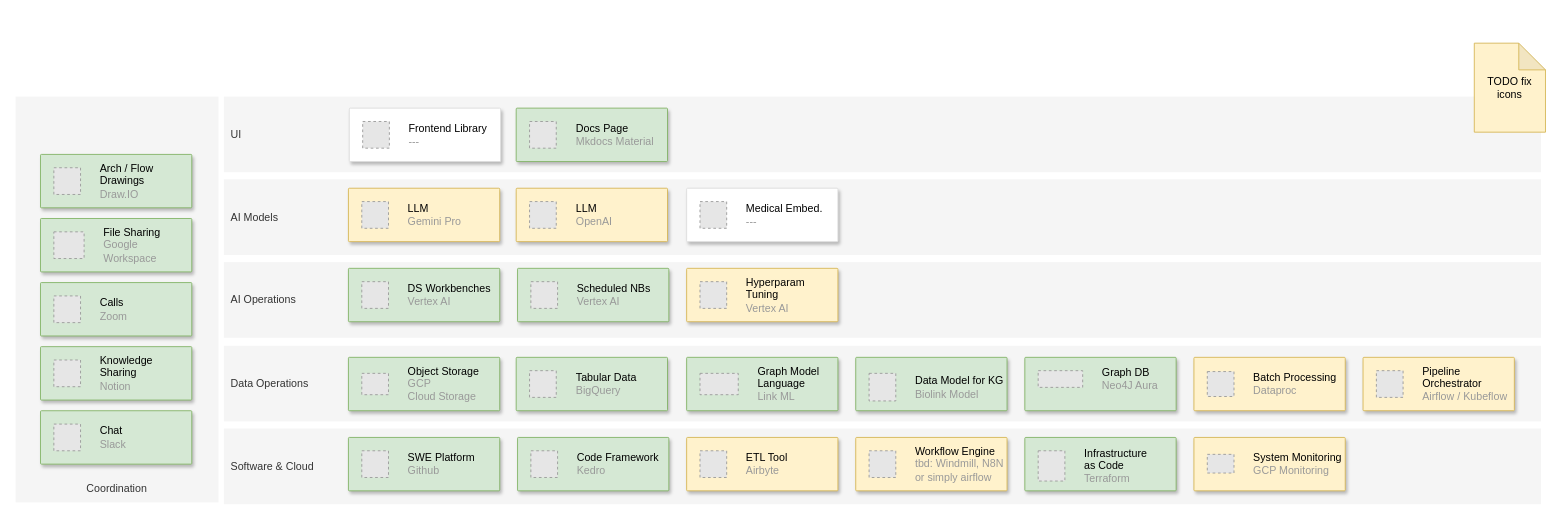
everycure-org/matrix keeps this draw.io diagram as docs/src/assets/img/mtrx_tech_stack.drawio. Above is the earlier version. Source tidied: cells renumbered, new cells numbered last; positions are measured from the earlier drawing's top-left corner, leaving out a move shared by most shapes. Both pictures are drawn from the tidied source at 89%, with x=0, y=0 at pixel (15, 15). Pictures stored in the file or linked from it are replaced by grey dashed boxes.
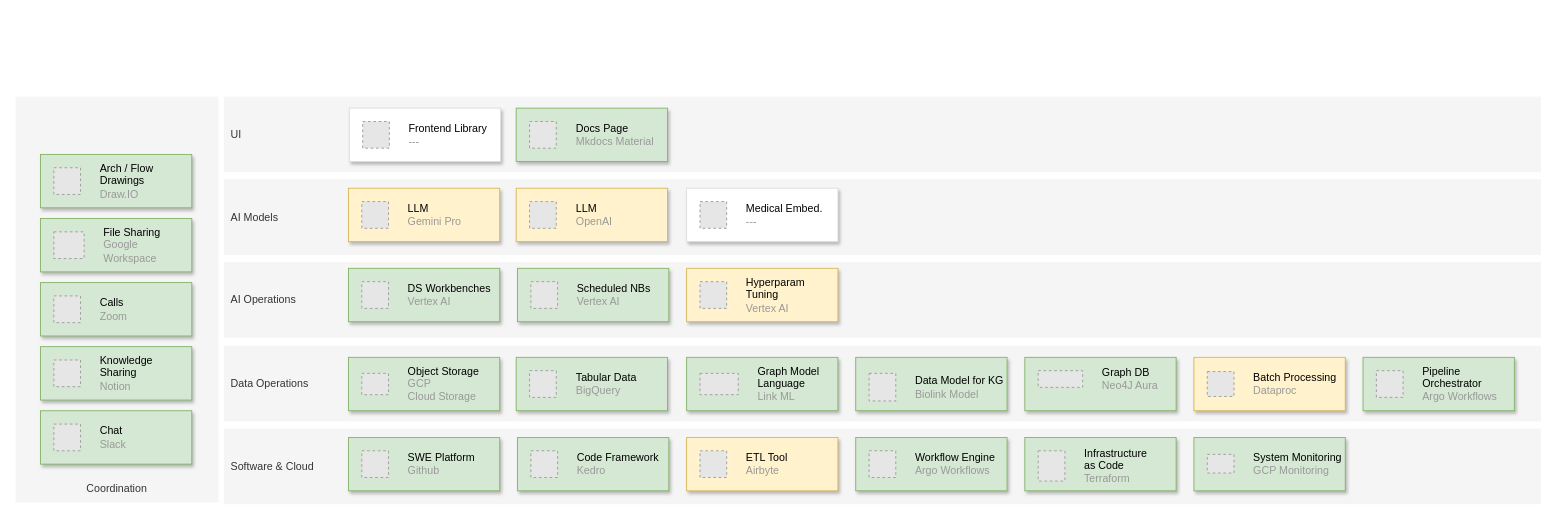
The same page after the edit.

Commit message:
update tech stack drawing

Change to the diagram source:
```diff
@@
-    <mxCell id="12" style="strokeColor=#82b366;shadow=1;strokeWidth=1;rounded=1;absoluteArcSize=1;arcSize=2;fillColor=#d5e8d4;" parent="11" vertex="1">
+    <mxCell id="12" style="strokeColor=#82b366;shadow=1;strokeWidth=1;rounded=0;absoluteArcSize=1;arcSize=2;fillColor=#d5e8d4;" parent="11" vertex="1">
       <mxGeometry x="374" y="384" width="170" height="60" as="geometry" />
     </mxCell>
@@
-    <mxCell id="14" style="strokeColor=#82b366;shadow=1;strokeWidth=1;rounded=1;absoluteArcSize=1;arcSize=2;fillColor=#d5e8d4;" parent="11" vertex="1">
+    <mxCell id="14" style="strokeColor=#82b366;shadow=1;strokeWidth=1;rounded=0;absoluteArcSize=1;arcSize=2;fillColor=#d5e8d4;" parent="11" vertex="1">
       <mxGeometry x="562.5" y="384" width="170" height="60" as="geometry" />
     </mxCell>
@@
-    <mxCell id="16" style="strokeColor=#82b366;shadow=1;strokeWidth=1;rounded=1;absoluteArcSize=1;arcSize=2;fillColor=#d5e8d4;" parent="11" vertex="1">
+    <mxCell id="16" style="strokeColor=#82b366;shadow=1;strokeWidth=1;rounded=0;absoluteArcSize=1;arcSize=2;fillColor=#d5e8d4;" parent="11" vertex="1">
       <mxGeometry x="754" y="384" width="170" height="60" as="geometry" />
     </mxCell>
@@
-    <mxCell id="18" style="strokeColor=#82b366;shadow=1;strokeWidth=1;rounded=1;absoluteArcSize=1;arcSize=2;fillColor=#d5e8d4;" parent="11" vertex="1">
+    <mxCell id="18" style="strokeColor=#82b366;shadow=1;strokeWidth=1;rounded=0;absoluteArcSize=1;arcSize=2;fillColor=#d5e8d4;" parent="11" vertex="1">
       <mxGeometry x="944" y="384" width="170" height="60" as="geometry" />
     </mxCell>
@@
-    <mxCell id="20" style="strokeColor=#d6b656;shadow=1;strokeWidth=1;rounded=1;absoluteArcSize=1;arcSize=2;fillColor=#fff2cc;" parent="11" vertex="1">
+    <mxCell id="20" style="strokeColor=#d6b656;shadow=1;strokeWidth=1;rounded=0;absoluteArcSize=1;arcSize=2;fillColor=#fff2cc;" parent="11" vertex="1">
       <mxGeometry x="754" y="474" width="170" height="60" as="geometry" />
     </mxCell>
@@
-    <mxCell id="22" style="strokeColor=#d6b656;shadow=1;strokeWidth=1;rounded=1;absoluteArcSize=1;arcSize=2;fillColor=#fff2cc;" parent="11" vertex="1">
+    <mxCell id="22" style="strokeColor=#82b366;shadow=1;strokeWidth=1;rounded=0;absoluteArcSize=1;arcSize=2;fillColor=#d5e8d4;" parent="11" vertex="1">
       <mxGeometry x="944" y="474" width="170" height="60" as="geometry" />
     </mxCell>
-    <mxCell id="23" value="&lt;font color=&quot;#000000&quot;&gt;&lt;span style=&quot;caret-color: rgb(0, 0, 0);&quot;&gt;Workflow Engine&lt;/span&gt;&lt;/font&gt;&lt;br&gt;&lt;div&gt;tbd: Windmill, N8N&lt;/div&gt;&lt;div&gt;or simply airflow&lt;/div&gt;" style="fillColor=#E6E6E6;strokeColor=#999999;dashed=1;html=1;fontColor=#999999;verticalLabelPosition=middle;verticalAlign=middle;labelPosition=right;align=left;spacingLeft=20;" parent="22" vertex="1">
+    <mxCell id="23" value="&lt;font color=&quot;#000000&quot;&gt;&lt;span style=&quot;caret-color: rgb(0, 0, 0);&quot;&gt;Workflow Engine&lt;/span&gt;&lt;/font&gt;&lt;br&gt;&lt;div&gt;Argo Workflows&lt;/div&gt;" style="fillColor=#E6E6E6;strokeColor=#999999;dashed=1;html=1;fontColor=#999999;verticalLabelPosition=middle;verticalAlign=middle;labelPosition=right;align=left;spacingLeft=20;" parent="22" vertex="1">
       <mxGeometry width="30" height="30" relative="1" as="geometry">
         <mxPoint x="15" y="15" as="offset" />
       </mxGeometry>
     </mxCell>
-    <mxCell id="24" style="strokeColor=#82b366;shadow=1;strokeWidth=1;rounded=1;absoluteArcSize=1;arcSize=2;fillColor=#d5e8d4;" parent="11" vertex="1">
+    <mxCell id="24" style="strokeColor=#82b366;shadow=1;strokeWidth=1;rounded=0;absoluteArcSize=1;arcSize=2;fillColor=#d5e8d4;" parent="11" vertex="1">
       <mxGeometry x="1134" y="384" width="170" height="60" as="geometry" />
     </mxCell>
@@
-    <mxCell id="26" style="strokeColor=#82b366;shadow=1;strokeWidth=1;rounded=1;absoluteArcSize=1;arcSize=2;fillColor=#d5e8d4;" parent="11" vertex="1">
+    <mxCell id="26" style="strokeColor=#82b366;shadow=1;strokeWidth=1;rounded=0;absoluteArcSize=1;arcSize=2;fillColor=#d5e8d4;" parent="11" vertex="1">
       <mxGeometry x="564" y="474" width="170" height="60" as="geometry" />
     </mxCell>
@@
-    <mxCell id="28" style="strokeColor=#82b366;shadow=1;strokeWidth=1;rounded=1;absoluteArcSize=1;arcSize=2;fillColor=#d5e8d4;" parent="11" vertex="1">
+    <mxCell id="28" style="strokeColor=#82b366;shadow=1;strokeWidth=1;rounded=0;absoluteArcSize=1;arcSize=2;fillColor=#d5e8d4;" parent="11" vertex="1">
       <mxGeometry x="564" y="284" width="170" height="60" as="geometry" />
     </mxCell>
@@
-    <mxCell id="30" style="strokeColor=#82b366;shadow=1;strokeWidth=1;rounded=1;absoluteArcSize=1;arcSize=2;fillColor=#d5e8d4;" parent="11" vertex="1">
+    <mxCell id="30" style="strokeColor=#82b366;shadow=1;strokeWidth=1;rounded=0;absoluteArcSize=1;arcSize=2;fillColor=#d5e8d4;" parent="11" vertex="1">
       <mxGeometry x="1134" y="474" width="170" height="60" as="geometry" />
     </mxCell>
@@
-    <mxCell id="32" style="strokeColor=#d6b656;shadow=1;strokeWidth=1;rounded=1;absoluteArcSize=1;arcSize=2;fillColor=#fff2cc;" parent="11" vertex="1">
+    <mxCell id="32" style="strokeColor=#82b366;shadow=1;strokeWidth=1;rounded=0;absoluteArcSize=1;arcSize=2;fillColor=#d5e8d4;" parent="11" vertex="1">
       <mxGeometry x="1324" y="474" width="170" height="60" as="geometry" />
     </mxCell>
@@
-    <mxCell id="34" style="strokeColor=#82b366;shadow=1;strokeWidth=1;rounded=1;absoluteArcSize=1;arcSize=2;fillColor=#d5e8d4;" parent="11" vertex="1">
+    <mxCell id="34" style="strokeColor=#82b366;shadow=1;strokeWidth=1;rounded=0;absoluteArcSize=1;arcSize=2;fillColor=#d5e8d4;" parent="11" vertex="1">
       <mxGeometry x="374" y="474" width="170" height="60" as="geometry" />
     </mxCell>
@@
-    <mxCell id="36" style="strokeColor=#82b366;shadow=1;strokeWidth=1;rounded=1;absoluteArcSize=1;arcSize=2;fillColor=#d5e8d4;" parent="11" vertex="1">
+    <mxCell id="36" style="strokeColor=#82b366;shadow=1;strokeWidth=1;rounded=0;absoluteArcSize=1;arcSize=2;fillColor=#d5e8d4;" parent="11" vertex="1">
       <mxGeometry x="374" y="284" width="170" height="60" as="geometry" />
     </mxCell>
@@
-    <mxCell id="38" style="strokeColor=#d6b656;shadow=1;strokeWidth=1;rounded=1;absoluteArcSize=1;arcSize=2;fillColor=#fff2cc;" parent="11" vertex="1">
+    <mxCell id="38" style="strokeColor=#d6b656;shadow=1;strokeWidth=1;rounded=0;absoluteArcSize=1;arcSize=2;fillColor=#fff2cc;" parent="11" vertex="1">
       <mxGeometry x="562.5" y="194" width="170" height="60" as="geometry" />
     </mxCell>
@@
-    <mxCell id="40" style="strokeColor=#d6b656;shadow=1;strokeWidth=1;rounded=1;absoluteArcSize=1;arcSize=2;fillColor=#fff2cc;" parent="11" vertex="1">
+    <mxCell id="40" style="strokeColor=#d6b656;shadow=1;strokeWidth=1;rounded=0;absoluteArcSize=1;arcSize=2;fillColor=#fff2cc;" parent="11" vertex="1">
       <mxGeometry x="754" y="284" width="170" height="60" as="geometry" />
     </mxCell>
@@
-    <mxCell id="42" style="strokeColor=#d6b656;shadow=1;strokeWidth=1;rounded=1;absoluteArcSize=1;arcSize=2;fillColor=#fff2cc;" parent="11" vertex="1">
+    <mxCell id="42" style="strokeColor=#d6b656;shadow=1;strokeWidth=1;rounded=0;absoluteArcSize=1;arcSize=2;fillColor=#fff2cc;" parent="11" vertex="1">
       <mxGeometry x="374" y="194" width="170" height="60" as="geometry" />
     </mxCell>
@@
-    <mxCell id="44" style="strokeColor=#d6b656;shadow=1;strokeWidth=1;rounded=1;absoluteArcSize=1;arcSize=2;fillColor=#fff2cc;" parent="11" vertex="1">
+    <mxCell id="44" style="strokeColor=#d6b656;shadow=1;strokeWidth=1;rounded=0;absoluteArcSize=1;arcSize=2;fillColor=#fff2cc;" parent="11" vertex="1">
       <mxGeometry x="1324" y="384" width="170" height="60" as="geometry" />
     </mxCell>
@@
-    <mxCell id="46" style="strokeColor=#82b366;shadow=1;strokeWidth=1;rounded=1;absoluteArcSize=1;arcSize=2;fillColor=#d5e8d4;" parent="11" vertex="1">
+    <mxCell id="46" style="strokeColor=#82b366;shadow=1;strokeWidth=1;rounded=0;absoluteArcSize=1;arcSize=2;fillColor=#d5e8d4;" parent="11" vertex="1">
       <mxGeometry x="28" y="444" width="170" height="60" as="geometry" />
     </mxCell>
@@
-    <mxCell id="48" style="strokeColor=#82b366;shadow=1;strokeWidth=1;rounded=1;absoluteArcSize=1;arcSize=2;fillColor=#d5e8d4;" parent="11" vertex="1">
+    <mxCell id="48" style="strokeColor=#82b366;shadow=1;strokeWidth=1;rounded=0;absoluteArcSize=1;arcSize=2;fillColor=#d5e8d4;" parent="11" vertex="1">
       <mxGeometry x="28" y="372" width="170" height="60" as="geometry" />
     </mxCell>
@@
-    <mxCell id="50" style="strokeColor=#82b366;shadow=1;strokeWidth=1;rounded=1;absoluteArcSize=1;arcSize=2;fillColor=#d5e8d4;" parent="11" vertex="1">
+    <mxCell id="50" style="strokeColor=#82b366;shadow=1;strokeWidth=1;rounded=0;absoluteArcSize=1;arcSize=2;fillColor=#d5e8d4;" parent="11" vertex="1">
       <mxGeometry x="28" y="300" width="170" height="60" as="geometry" />
     </mxCell>
@@
-    <mxCell id="52" style="strokeColor=#82b366;shadow=1;strokeWidth=1;rounded=1;absoluteArcSize=1;arcSize=2;fillColor=#d5e8d4;" parent="11" vertex="1">
+    <mxCell id="52" style="strokeColor=#82b366;shadow=1;strokeWidth=1;rounded=0;absoluteArcSize=1;arcSize=2;fillColor=#d5e8d4;" parent="11" vertex="1">
       <mxGeometry x="28" y="228" width="170" height="60" as="geometry" />
     </mxCell>
@@
-    <mxCell id="54" style="strokeColor=#82b366;shadow=1;strokeWidth=1;rounded=1;absoluteArcSize=1;arcSize=2;fillColor=#d5e8d4;" parent="11" vertex="1">
+    <mxCell id="54" style="strokeColor=#82b366;shadow=1;strokeWidth=1;rounded=0;absoluteArcSize=1;arcSize=2;fillColor=#d5e8d4;" parent="11" vertex="1">
       <mxGeometry x="28" y="156" width="170" height="60" as="geometry" />
     </mxCell>
@@
-    <mxCell id="56" style="strokeColor=#82b366;shadow=1;strokeWidth=1;rounded=1;absoluteArcSize=1;arcSize=2;fillColor=#d5e8d4;" parent="11" vertex="1">
+    <mxCell id="56" style="strokeColor=#82b366;shadow=1;strokeWidth=1;rounded=0;absoluteArcSize=1;arcSize=2;fillColor=#d5e8d4;" parent="11" vertex="1">
       <mxGeometry x="562.5" y="104" width="170" height="60" as="geometry" />
     </mxCell>
@@
-    <mxCell id="58" style="strokeColor=#dddddd;shadow=1;strokeWidth=1;rounded=1;absoluteArcSize=1;arcSize=2;" parent="11" vertex="1">
+    <mxCell id="58" style="strokeColor=#dddddd;shadow=1;strokeWidth=1;rounded=0;absoluteArcSize=1;arcSize=2;" parent="11" vertex="1">
       <mxGeometry x="375" y="104" width="170" height="60" as="geometry" />
     </mxCell>
@@
-    <mxCell id="60" style="strokeColor=#dddddd;shadow=1;strokeWidth=1;rounded=1;absoluteArcSize=1;arcSize=2;" parent="11" vertex="1">
+    <mxCell id="60" style="strokeColor=#dddddd;shadow=1;strokeWidth=1;rounded=0;absoluteArcSize=1;arcSize=2;" parent="11" vertex="1">
       <mxGeometry x="754" y="194" width="170" height="60" as="geometry" />
     </mxCell>
@@
-    <mxCell id="62" style="strokeColor=#d6b656;shadow=1;strokeWidth=1;rounded=1;absoluteArcSize=1;arcSize=2;fillColor=#fff2cc;" parent="11" vertex="1">
+    <mxCell id="62" style="strokeColor=#82b366;shadow=1;strokeWidth=1;rounded=0;absoluteArcSize=1;arcSize=2;fillColor=#d5e8d4;" parent="11" vertex="1">
       <mxGeometry x="1514" y="384" width="170" height="60" as="geometry" />
     </mxCell>
-    <mxCell id="63" value="&lt;font color=&quot;#000000&quot;&gt;&lt;span style=&quot;caret-color: rgb(0, 0, 0);&quot;&gt;Pipeline&amp;nbsp;&lt;/span&gt;&lt;/font&gt;&lt;div&gt;&lt;font color=&quot;#000000&quot;&gt;&lt;span style=&quot;caret-color: rgb(0, 0, 0);&quot;&gt;Orchestrator&lt;/span&gt;&lt;/font&gt;&lt;br&gt;&lt;div&gt;Airflow / Kubeflow&lt;/div&gt;&lt;/div&gt;" style="fillColor=#E6E6E6;strokeColor=#999999;dashed=1;html=1;fontColor=#999999;verticalLabelPosition=middle;verticalAlign=middle;labelPosition=right;align=left;spacingLeft=20;" parent="62" vertex="1">
+    <mxCell id="63" value="&lt;span style=&quot;background-color: initial;&quot;&gt;&lt;font color=&quot;#000000&quot;&gt;&lt;span style=&quot;caret-color: rgb(0, 0, 0);&quot;&gt;Pipeline &lt;br&gt;Orchestrator&lt;br&gt;&lt;/span&gt;&lt;/font&gt;Argo Workflows&lt;/span&gt;" style="fillColor=#E6E6E6;strokeColor=#999999;dashed=1;html=1;fontColor=#999999;verticalLabelPosition=middle;verticalAlign=middle;labelPosition=right;align=left;spacingLeft=20;" parent="62" vertex="1">
       <mxGeometry width="30" height="30" relative="1" as="geometry">
         <mxPoint x="15" y="15" as="offset" />
       </mxGeometry>
     </mxCell>
@@
-    <mxCell id="65" value="TODO fix icons" style="shape=note;whiteSpace=wrap;html=1;backgroundOutline=1;darkOpacity=0.05;fillColor=#fff2cc;strokeColor=#d6b656;" parent="64" vertex="1">
-      <mxGeometry x="1639" y="31" width="80" height="100" as="geometry" />
-    </mxCell>
```
